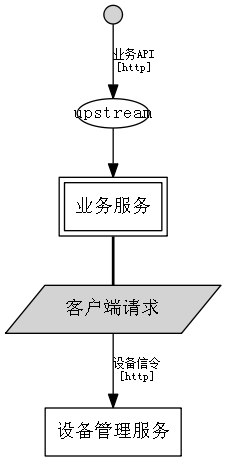
Earlier version of the Graphviz export output/cloud/services.gv.png (xphh/garch). Its source is kept beside it as output/cloud/services.gv. The source it was exported from:
```dot
digraph G {
edge[fontname="simsun"];
node[fontname="simsun"];
graph[fontname="simsun"];
label = "";
services_node_0[shape=box, peripheries=2, label="业务服务"];
services_node_1[shape=circle, width=.2, style=filled, label=""];
services_node_2[height=.3, fixedsize=true, label="upstream"];
services_node_2->services_node_0;
services_node_1->services_node_2[fontsize=9, label="业务API\n[http]"];
services_node_3[shape=polygon, skew=.5, style=filled, label="客户端请求"];
services_node_0->services_node_3[style=bold, arrowhead=none];
services_node_4[shape=box, label="设备管理服务"];
services_node_3->services_node_4[fontsize=9, label="设备信令\n[http]"];
}
```
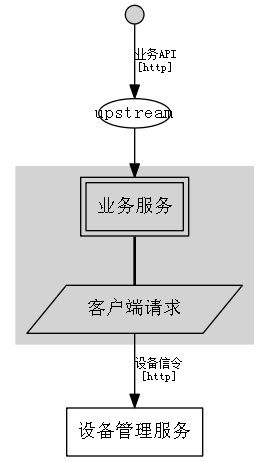
Above is the later version.

Diff of the diagram source:
```diff
@@ -3,13 +3,18 @@
 node[fontname="simsun"];
 graph[fontname="simsun"];
 label = "";
+module_node_0[shape=circle, width=.2, style=filled, label=""];
+module_node_1[height=.3, fixedsize=true, label="upstream"];
+module_node_1->services_node_0;
+module_node_0->module_node_1[fontsize=9, label="业务API\n[http]"];
+module_node_2[shape=box, label="设备管理服务"];
+services_node_1->module_node_2[fontsize=9, label="设备信令\n[http]"];
+subgraph cluster_module_node_3 {
+style = filled;
+color = lightgrey;
+label = "";
 services_node_0[shape=box, peripheries=2, label="业务服务"];
-services_node_1[shape=circle, width=.2, style=filled, label=""];
-services_node_2[height=.3, fixedsize=true, label="upstream"];
-services_node_2->services_node_0;
-services_node_1->services_node_2[fontsize=9, label="业务API\n[http]"];
-services_node_3[shape=polygon, skew=.5, style=filled, label="客户端请求"];
-services_node_0->services_node_3[style=bold, arrowhead=none];
-services_node_4[shape=box, label="设备管理服务"];
-services_node_3->services_node_4[fontsize=9, label="设备信令\n[http]"];
+services_node_1[shape=polygon, skew=.5, label="客户端请求"];
+services_node_0->services_node_1[style=bold, arrowhead=none];
 }
+}
```
